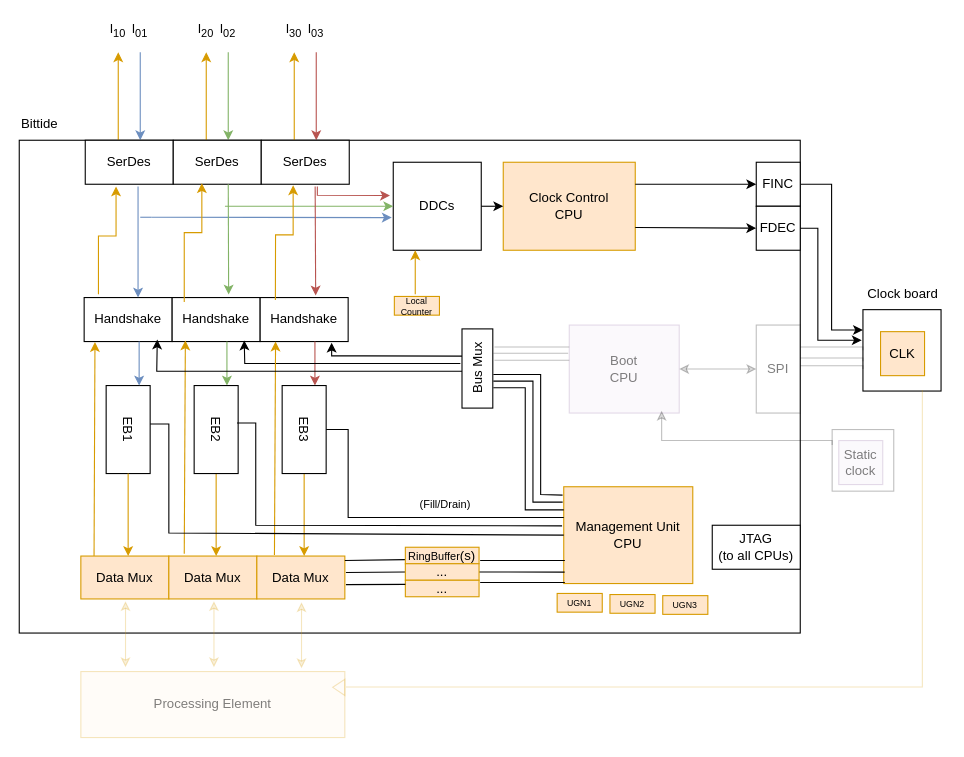
Above: docs/diagrams/bittide-mu-diagram.drawio in bittide/bittide-hardware (draw.io), before the change. Source tidied: cells renumbered, new cells numbered last; positions are measured from the earlier drawing's top-left corner, leaving out a move shared by most shapes. Both pictures are drawn from the tidied source at 110%, with x=0, y=0 at pixel (19, 19).
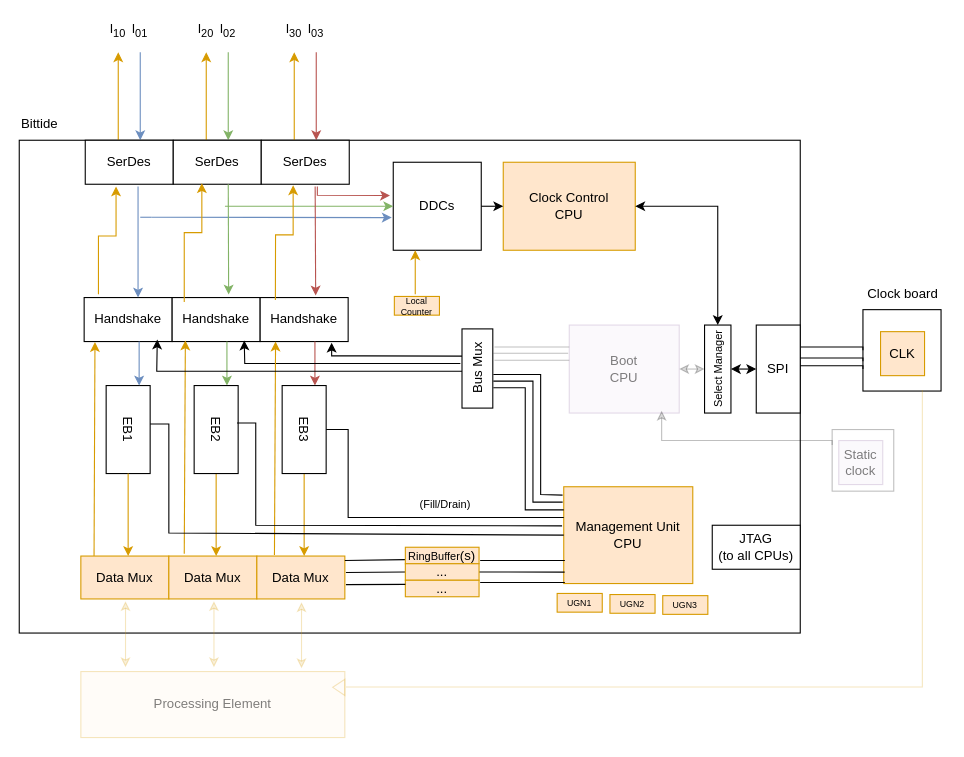
The same diagram, later.

The change refers to these unchanged cells:
```xml
<mxCell id="2" style="rounded=0;whiteSpace=wrap;html=1;fillOpacity=100;strokeOpacity=100;" parent="1" vertex="1">
  <mxGeometry x="767" y="264" width="71" height="74" as="geometry" />
</mxCell>
<mxCell id="34" value="&lt;div&gt;Clock Control&lt;/div&gt;&lt;div&gt;CPU&lt;/div&gt;" style="rounded=0;whiteSpace=wrap;html=1;fillColor=#ffe6cc;strokeColor=#d79b00;fillOpacity=100;strokeOpacity=100;arcSize=12;" parent="1" vertex="1">
  <mxGeometry x="440" y="130" width="120" height="80" as="geometry" />
</mxCell>
```

Diff of the diagram source:
```diff
@@
+    <mxCell id="104" style="edgeStyle=orthogonalEdgeStyle;rounded=0;jettySize=auto;html=1;exitX=1;exitY=0.5;exitDx=0;exitDy=0;startArrow=classic;endArrow=classic;fillOpacity=100;strokeOpacity=100;arcSize=12;" parent="1" edge="1" source="34">
+      <mxGeometry relative="1" as="geometry">
+        <mxPoint x="635" y="278" as="targetPoint" />
+        <Array as="points">
+          <mxPoint x="635" y="170" />
+        </Array>
+      </mxGeometry>
+    </mxCell>
@@
-    <mxCell id="36" style="edgeStyle=orthogonalEdgeStyle;rounded=0;jettySize=auto;html=1;exitX=1;exitY=0.5;exitDx=0;exitDy=0;entryX=0;entryY=0.25;entryDx=0;entryDy=0;fillOpacity=100;strokeOpacity=100;arcSize=12;" parent="1" edge="1" source="37" target="2">
-      <mxGeometry relative="1" as="geometry" />
-    </mxCell>
-    <mxCell id="37" value="FINC" style="rounded=0;whiteSpace=wrap;html=1;fillOpacity=100;strokeOpacity=100;arcSize=12;" parent="1" vertex="1">
-      <mxGeometry x="670" y="130" width="40" height="40" as="geometry" />
-    </mxCell>
-    <mxCell id="38" value="FDEC" style="rounded=0;whiteSpace=wrap;html=1;fillOpacity=100;strokeOpacity=100;arcSize=12;" parent="1" vertex="1">
-      <mxGeometry x="670" y="170" width="40" height="40" as="geometry" />
-    </mxCell>
-    <mxCell id="39" style="endArrow=classic;html=1;rounded=0;fillOpacity=100;strokeOpacity=100;arcSize=12;" parent="1" edge="1" target="37">
-      <mxGeometry relative="1" as="geometry">
-        <mxPoint x="560" y="150" as="sourcePoint" />
-      </mxGeometry>
-    </mxCell>
-    <mxCell id="40" style="endArrow=classic;html=1;rounded=0;fillOpacity=100;strokeOpacity=100;arcSize=12;" parent="1" edge="1" target="38">
-      <mxGeometry relative="1" as="geometry">
-        <mxPoint x="560" y="189.3" as="sourcePoint" />
-      </mxGeometry>
-    </mxCell>
-    <mxCell id="41" style="edgeStyle=orthogonalEdgeStyle;rounded=0;jettySize=auto;html=1;exitX=1;exitY=0.25;exitDx=0;exitDy=0;entryX=0;entryY=0.5;entryDx=0;entryDy=0;endArrow=none;endFill=0;fillOpacity=15;strokeOpacity=25;" parent="1" edge="1" source="42" target="2">
+    <mxCell id="41" style="edgeStyle=orthogonalEdgeStyle;rounded=0;jettySize=auto;html=1;exitX=1;exitY=0.25;exitDx=0;exitDy=0;entryX=0;entryY=0.5;entryDx=0;entryDy=0;endArrow=none;endFill=0;fillOpacity=100;strokeOpacity=100;" parent="1" edge="1" source="42" target="2">
       <mxGeometry relative="1" as="geometry">
         <Array as="points">
           <mxPoint x="767" y="298" />
         </Array>
       </mxGeometry>
     </mxCell>
-    <mxCell id="42" value="SPI" style="rounded=0;whiteSpace=wrap;html=1;fillOpacity=15;strokeOpacity=25;textOpacity=50;" parent="1" vertex="1">
+    <mxCell id="42" value="SPI" style="rounded=0;whiteSpace=wrap;html=1;fillOpacity=100;strokeOpacity=100;" parent="1" vertex="1">
       <mxGeometry x="670" y="278" width="40" height="80" as="geometry" />
     </mxCell>
+    <mxCell id="105" value="Select Manager" style="rounded=0;whiteSpace=wrap;html=1;rotation=-90;fontSize=10;" parent="1" vertex="1">
+      <mxGeometry x="595" y="306" width="80" height="24" as="geometry" />
+    </mxCell>
+    <mxCell id="106" style="endArrow=classic;startArrow=classic;html=1;rounded=0;entryX=0;entryY=0.5;entryDx=0;entryDy=0;" parent="1" edge="1" target="42">
+      <mxGeometry relative="1" as="geometry">
+        <mxPoint x="647" y="318" as="sourcePoint" />
+      </mxGeometry>
+    </mxCell>
@@
-    <mxCell id="44" style="endArrow=classic;startArrow=classic;html=1;rounded=0;entryX=0;entryY=0.5;entryDx=0;entryDy=0;fillOpacity=15;strokeOpacity=25;textOpacity=50;" parent="1" edge="1" target="42">
+    <mxCell id="44" style="endArrow=classic;startArrow=classic;html=1;rounded=0;fillOpacity=15;strokeOpacity=25;textOpacity=50;" parent="1" edge="1">
       <mxGeometry relative="1" as="geometry">
         <mxPoint x="600" y="318" as="sourcePoint" />
+        <mxPoint x="623" y="318" as="targetPoint" />
       </mxGeometry>
     </mxCell>
@@
-    <mxCell id="65" style="edgeStyle=orthogonalEdgeStyle;rounded=0;orthogonalLoop=1;jettySize=auto;html=1;exitX=1;exitY=0.25;exitDx=0;exitDy=0;entryX=0;entryY=0.5;entryDx=0;entryDy=0;endArrow=none;endFill=0;fillOpacity=15;strokeOpacity=25;" parent="1" edge="1">
+    <mxCell id="65" style="edgeStyle=orthogonalEdgeStyle;rounded=0;orthogonalLoop=1;jettySize=auto;html=1;exitX=1;exitY=0.25;exitDx=0;exitDy=0;entryX=0;entryY=0.5;entryDx=0;entryDy=0;endArrow=none;endFill=0;fillOpacity=100;strokeOpacity=100;" parent="1" edge="1">
       <mxGeometry relative="1" as="geometry">
         <mxPoint x="710" y="308" as="sourcePoint" />
         <mxPoint x="767" y="311" as="targetPoint" />
         <Array as="points">
           <mxPoint x="767" y="308" />
         </Array>
       </mxGeometry>
     </mxCell>
-    <mxCell id="66" style="edgeStyle=orthogonalEdgeStyle;rounded=0;orthogonalLoop=1;jettySize=auto;html=1;exitX=1;exitY=0.25;exitDx=0;exitDy=0;entryX=0;entryY=0.5;entryDx=0;entryDy=0;endArrow=none;endFill=0;fillOpacity=15;strokeOpacity=25;" parent="1" edge="1">
+    <mxCell id="66" style="edgeStyle=orthogonalEdgeStyle;rounded=0;orthogonalLoop=1;jettySize=auto;html=1;exitX=1;exitY=0.25;exitDx=0;exitDy=0;entryX=0;entryY=0.5;entryDx=0;entryDy=0;endArrow=none;endFill=0;fillOpacity=100;strokeOpacity=100;" parent="1" edge="1">
       <mxGeometry relative="1" as="geometry">
         <mxPoint x="710" y="315" as="sourcePoint" />
         <mxPoint x="767" y="318" as="targetPoint" />
         <Array as="points">
           <mxPoint x="767" y="315" />
         </Array>
       </mxGeometry>
     </mxCell>
-    <mxCell id="67" style="edgeStyle=orthogonalEdgeStyle;rounded=0;jettySize=auto;html=1;entryX=-0.016;entryY=0.376;entryDx=0;entryDy=0;entryPerimeter=0;fillOpacity=100;strokeOpacity=100;arcSize=12;" parent="1" edge="1" source="38" target="2">
-      <mxGeometry relative="1" as="geometry">
-        <Array as="points">
-          <mxPoint x="726" y="190" />
-          <mxPoint x="726" y="292" />
-        </Array>
-      </mxGeometry>
-    </mxCell>
```
